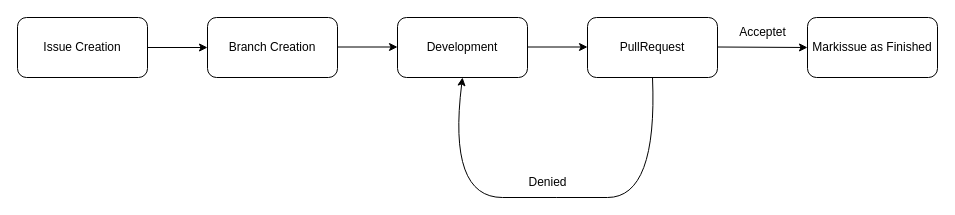
This is docs/diagrams/TeamWork.drawio from ITU-BDSA2024-GROUP29/Chirp, a draw.io file, before an edit. Source tidied: cells renumbered, new cells numbered last; positions are measured from the earlier drawing's top-left corner, leaving out a move shared by most shapes. Both pictures are drawn from the tidied source at 100%, with x=0, y=0 at pixel (17, 17).
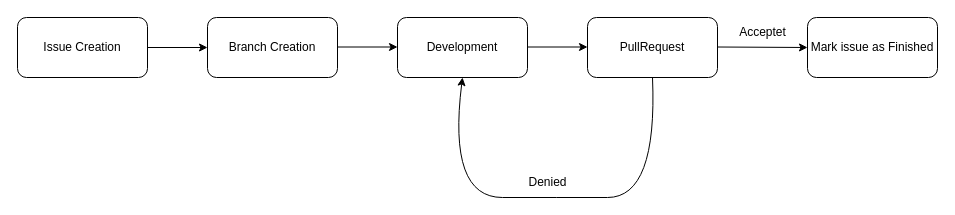
Above is the later version.

Commit message:
Fixed a mistake in one of the diagrams

Diff of the diagram source:
```diff
@@
 <mxGraphModel>
   <root>
     <mxCell id="0" />
     <mxCell id="1" parent="0" />
     <mxCell id="2" value="Issue Creation" style="rounded=1;whiteSpace=wrap;html=1;" parent="1" vertex="1">
       <mxGeometry width="130" height="60" as="geometry" />
     </mxCell>
     <mxCell id="3" value="Branch Creation" style="rounded=1;whiteSpace=wrap;html=1;" parent="1" vertex="1">
       <mxGeometry x="190" width="130" height="60" as="geometry" />
     </mxCell>
     <mxCell id="4" value="Development" style="rounded=1;whiteSpace=wrap;html=1;" parent="1" vertex="1">
       <mxGeometry x="380" width="130" height="60" as="geometry" />
     </mxCell>
     <mxCell id="5" value="PullRequest" style="rounded=1;whiteSpace=wrap;html=1;" parent="1" vertex="1">
       <mxGeometry x="570" width="130" height="60" as="geometry" />
     </mxCell>
     <mxCell id="6" style="curved=1;endArrow=classic;html=1;entryX=0.5;entryY=1;entryDx=0;entryDy=0;exitX=0.5;exitY=1;exitDx=0;exitDy=0;" parent="1" edge="1" source="5" target="4">
       <mxGeometry relative="1" as="geometry">
         <Array as="points">
           <mxPoint x="640" y="180" />
           <mxPoint x="540" y="180" />
           <mxPoint x="430" y="180" />
         </Array>
       </mxGeometry>
     </mxCell>
     <mxCell id="7" value="Denied" style="text;html=1;align=center;verticalAlign=middle;strokeColor=none;fillColor=none;" parent="1" vertex="1">
       <mxGeometry x="500" y="150" width="60" height="30" as="geometry" />
     </mxCell>
     <mxCell id="8" style="endArrow=classic;html=1;exitX=1;exitY=0.5;exitDx=0;exitDy=0;" parent="1" edge="1" source="2">
       <mxGeometry relative="1" as="geometry">
         <mxPoint x="190" y="30" as="targetPoint" />
       </mxGeometry>
     </mxCell>
     <mxCell id="9" style="endArrow=classic;html=1;exitX=1;exitY=0.5;exitDx=0;exitDy=0;" parent="1" edge="1">
       <mxGeometry relative="1" as="geometry">
         <mxPoint x="320" y="29.5" as="sourcePoint" />
         <mxPoint x="380" y="29.5" as="targetPoint" />
       </mxGeometry>
     </mxCell>
     <mxCell id="10" style="endArrow=classic;html=1;exitX=1;exitY=0.5;exitDx=0;exitDy=0;" parent="1" edge="1">
       <mxGeometry relative="1" as="geometry">
         <mxPoint x="510" y="29.5" as="sourcePoint" />
         <mxPoint x="570" y="29.5" as="targetPoint" />
       </mxGeometry>
     </mxCell>
     <mxCell id="11" style="endArrow=classic;html=1;exitX=1;exitY=0.5;exitDx=0;exitDy=0;entryX=0;entryY=0.5;entryDx=0;entryDy=0;" parent="1" edge="1" target="12">
       <mxGeometry relative="1" as="geometry">
         <mxPoint x="700" y="29.5" as="sourcePoint" />
       </mxGeometry>
     </mxCell>
-    <mxCell id="12" value="Markissue as Finished" style="rounded=1;whiteSpace=wrap;html=1;" parent="1" vertex="1">
+    <mxCell id="12" value="Mark issue as Finished" style="rounded=1;whiteSpace=wrap;html=1;" parent="1" vertex="1">
       <mxGeometry x="790" width="130" height="60" as="geometry" />
     </mxCell>
     <mxCell id="13" value="Acceptet" style="text;html=1;align=center;verticalAlign=middle;strokeColor=none;fillColor=none;" parent="1" vertex="1">
       <mxGeometry x="710" width="70" height="30" as="geometry" />
     </mxCell>
   </root>
 </mxGraphModel>
```
